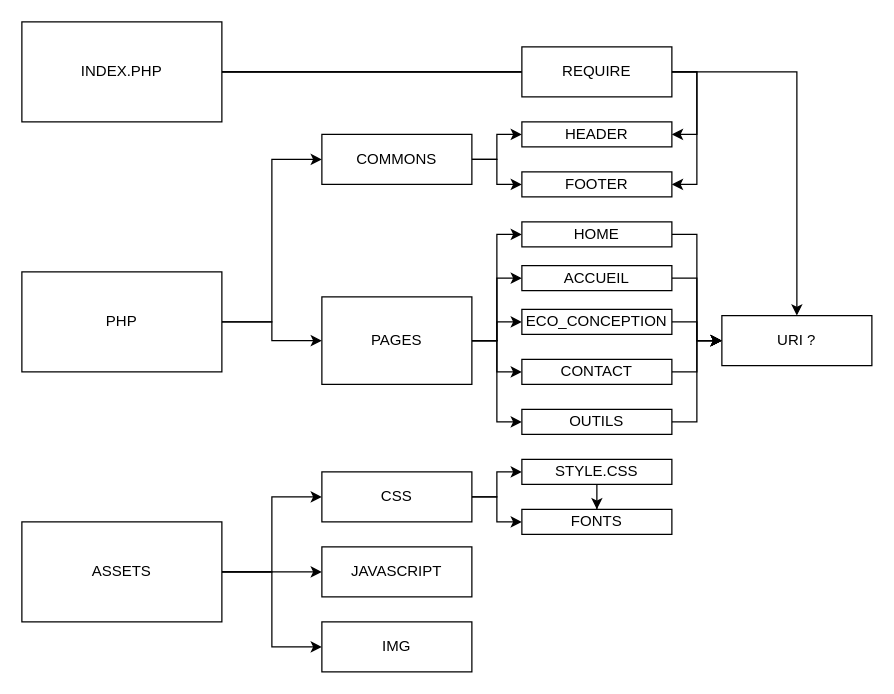
Above: assets/img/Untitled Diagram.drawio in nasfernane/google.co (draw.io), before the change. Source tidied: cells renumbered, new cells numbered last; positions are measured from the earlier drawing's top-left corner, leaving out a move shared by most shapes. Both pictures are drawn from the tidied source at 125%, with x=0, y=0 at pixel (21, 21).
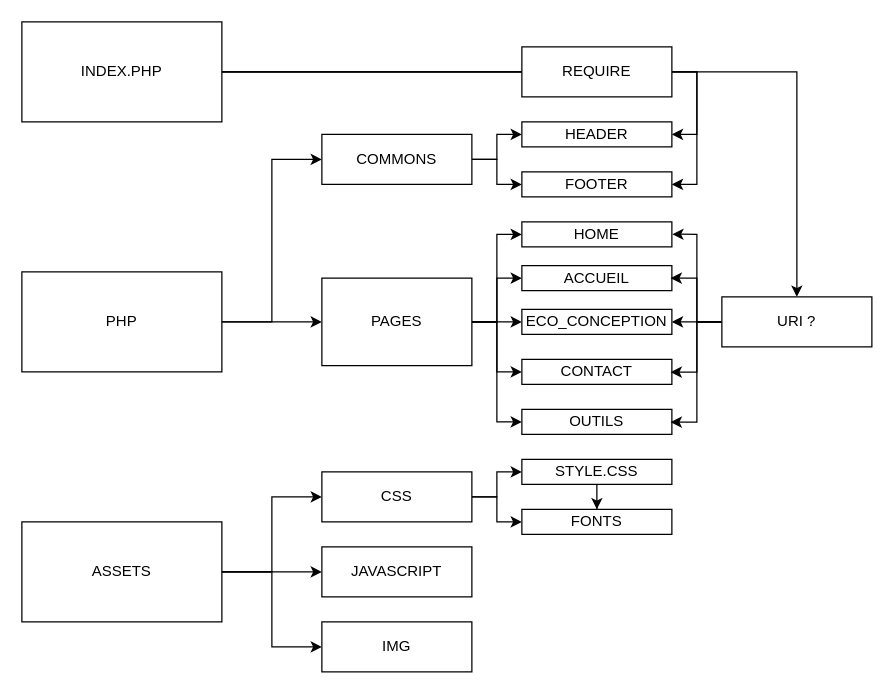
After the change.

Unchanged cells that the change refers to:
```xml
<mxCell id="33" value="ACCUEIL" style="rounded=0;whiteSpace=wrap;html=1;" parent="1" vertex="1">
  <mxGeometry x="400" y="195" width="120" height="20" as="geometry" />
</mxCell>
<mxCell id="35" value="ECO_CONCEPTION" style="rounded=0;whiteSpace=wrap;html=1;" parent="1" vertex="1">
  <mxGeometry x="400" y="230" width="120" height="20" as="geometry" />
</mxCell>
<mxCell id="37" value="CONTACT" style="rounded=0;whiteSpace=wrap;html=1;" parent="1" vertex="1">
  <mxGeometry x="400" y="270" width="120" height="20" as="geometry" />
</mxCell>
<mxCell id="39" value="OUTILS" style="rounded=0;whiteSpace=wrap;html=1;" parent="1" vertex="1">
  <mxGeometry x="400" y="310" width="120" height="20" as="geometry" />
</mxCell>
<mxCell id="41" value="HOME" style="rounded=0;whiteSpace=wrap;html=1;" parent="1" vertex="1">
  <mxGeometry x="400" y="160" width="120" height="20" as="geometry" />
</mxCell>
```

The edit, as a diff of the source:
```diff
@@
     <mxCell id="26" value="PAGES" style="rounded=0;whiteSpace=wrap;html=1;" parent="1" vertex="1">
-      <mxGeometry x="240" y="220" width="120" height="70" as="geometry" />
+      <mxGeometry x="240" y="205" width="120" height="70" as="geometry" />
     </mxCell>
@@
-    <mxCell id="32" style="edgeStyle=orthogonalEdgeStyle;rounded=0;jettySize=auto;html=1;entryX=0;entryY=0.5;entryDx=0;entryDy=0;" parent="1" edge="1" source="33" target="42">
-      <mxGeometry relative="1" as="geometry" />
-    </mxCell>
@@
-    <mxCell id="34" style="edgeStyle=orthogonalEdgeStyle;rounded=0;jettySize=auto;html=1;entryX=0;entryY=0.5;entryDx=0;entryDy=0;" parent="1" edge="1" source="35" target="42">
-      <mxGeometry relative="1" as="geometry" />
-    </mxCell>
@@
-    <mxCell id="36" style="edgeStyle=orthogonalEdgeStyle;rounded=0;jettySize=auto;html=1;entryX=0;entryY=0.5;entryDx=0;entryDy=0;" parent="1" edge="1" source="37" target="42">
-      <mxGeometry relative="1" as="geometry" />
-    </mxCell>
@@
-    <mxCell id="38" style="edgeStyle=orthogonalEdgeStyle;rounded=0;jettySize=auto;html=1;entryX=0;entryY=0.5;entryDx=0;entryDy=0;" parent="1" edge="1" source="39" target="42">
-      <mxGeometry relative="1" as="geometry" />
-    </mxCell>
@@
-    <mxCell id="40" style="edgeStyle=orthogonalEdgeStyle;rounded=0;jettySize=auto;html=1;entryX=0;entryY=0.5;entryDx=0;entryDy=0;" parent="1" edge="1" source="41" target="42">
-      <mxGeometry relative="1" as="geometry" />
-    </mxCell>
@@
+    <mxCell id="44" style="edgeStyle=orthogonalEdgeStyle;rounded=0;jettySize=auto;html=1;entryX=1.003;entryY=0.493;entryDx=0;entryDy=0;entryPerimeter=0;" parent="1" edge="1" source="42" target="41">
+      <mxGeometry relative="1" as="geometry" />
+    </mxCell>
+    <mxCell id="45" style="edgeStyle=orthogonalEdgeStyle;rounded=0;jettySize=auto;html=1;entryX=0.992;entryY=0.502;entryDx=0;entryDy=0;entryPerimeter=0;" parent="1" edge="1" source="42" target="33">
+      <mxGeometry relative="1" as="geometry" />
+    </mxCell>
+    <mxCell id="46" style="edgeStyle=orthogonalEdgeStyle;rounded=0;jettySize=auto;html=1;" parent="1" edge="1" source="42" target="35">
+      <mxGeometry relative="1" as="geometry" />
+    </mxCell>
+    <mxCell id="47" style="edgeStyle=orthogonalEdgeStyle;rounded=0;jettySize=auto;html=1;entryX=0.992;entryY=0.51;entryDx=0;entryDy=0;entryPerimeter=0;" parent="1" edge="1" source="42" target="39">
+      <mxGeometry relative="1" as="geometry" />
+    </mxCell>
+    <mxCell id="48" style="edgeStyle=orthogonalEdgeStyle;rounded=0;jettySize=auto;html=1;entryX=0.992;entryY=0.51;entryDx=0;entryDy=0;entryPerimeter=0;" parent="1" edge="1" source="42" target="37">
+      <mxGeometry relative="1" as="geometry" />
+    </mxCell>
     <mxCell id="42" value="URI ?" style="rounded=0;whiteSpace=wrap;html=1;" parent="1" vertex="1">
-      <mxGeometry x="560" y="235" width="120" height="40" as="geometry" />
+      <mxGeometry x="560" y="220" width="120" height="40" as="geometry" />
     </mxCell>
```
